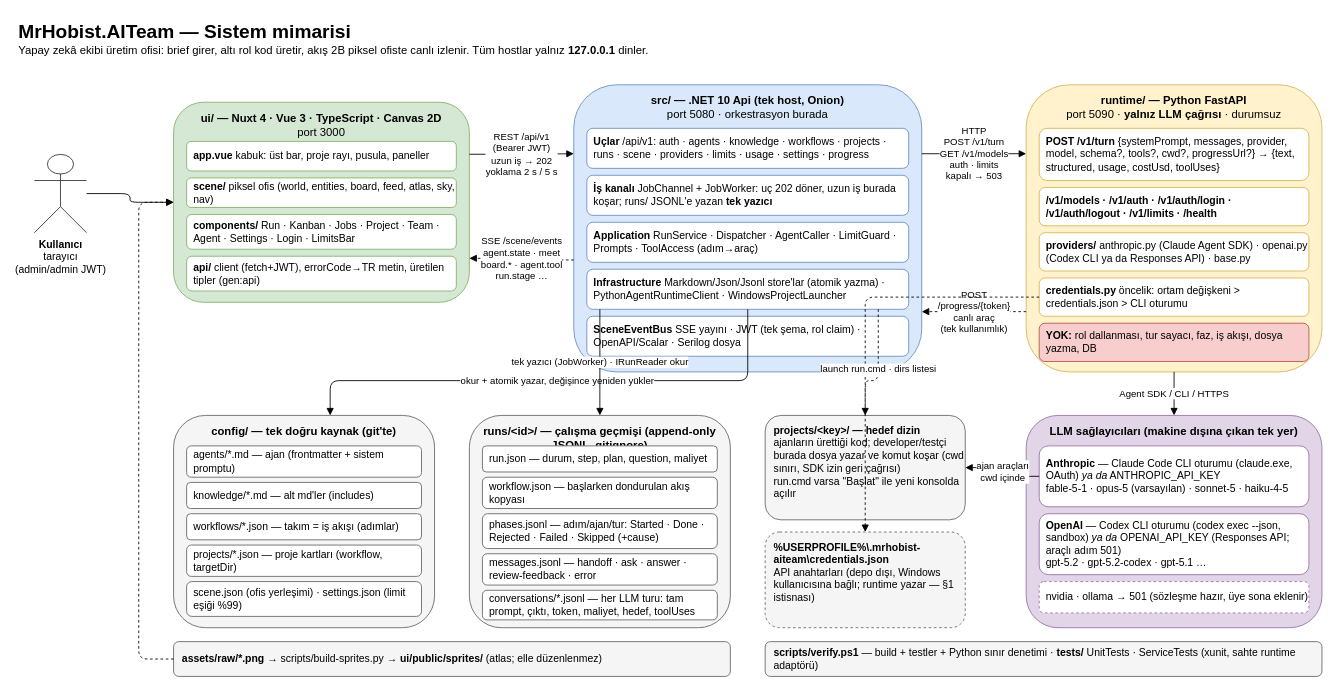
mrhobist/mrhobist-agenticoffice keeps this draw.io diagram as page "1 · Sistem mimarisi" (1 of 8) of docs/architecture.drawio. Above is the earlier version. Source tidied: cells renumbered, new cells numbered last; positions are measured from the earlier drawing's top-left corner, leaving out a move shared by most shapes. Both pictures are drawn from the tidied source at 87%, with x=0, y=0 at pixel (17, 15).
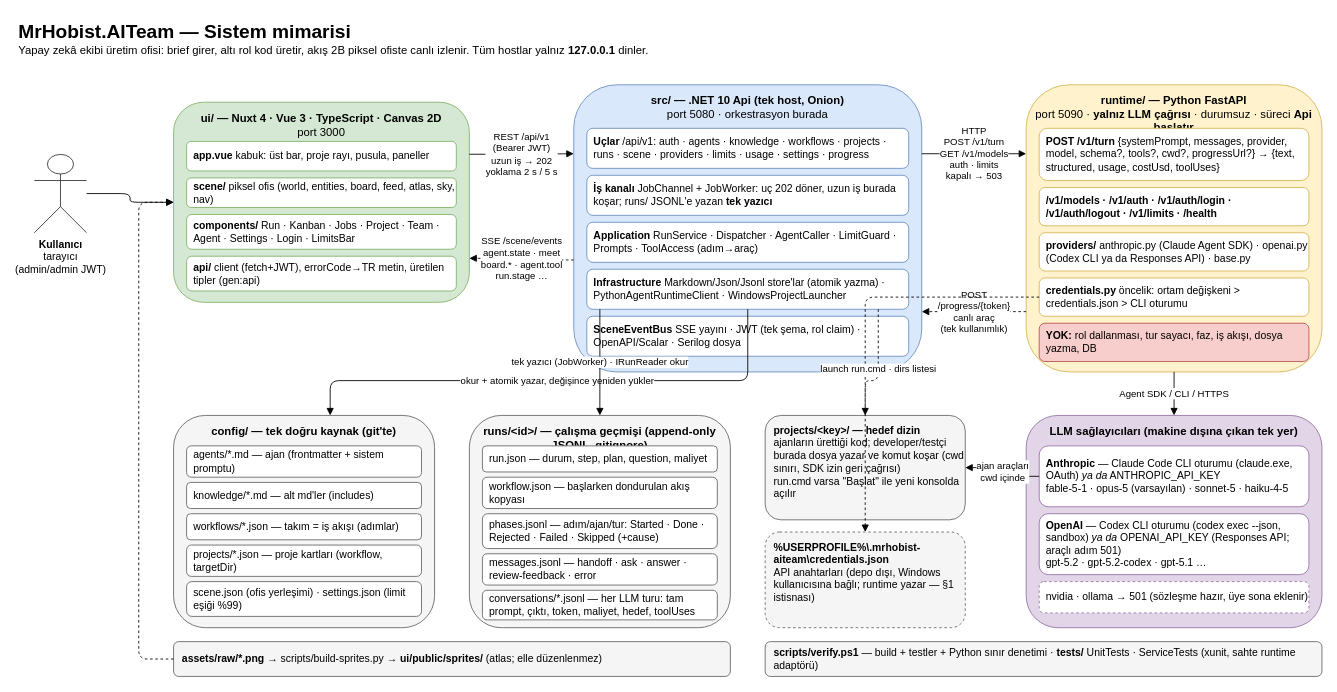
The same diagram, later.

Commit message (it also covers changes not shown here):
Runtime'i Api baslatiyor: iki terminal yerine bir terminal

Change to the diagram source:
```diff
@@
-    <mxCell id="15" value="&lt;b&gt;runtime/ — Python FastAPI&lt;/b&gt;&lt;br&gt;port 5090 · &lt;b&gt;yalnız LLM çağrısı&lt;/b&gt; · durumsuz" style="rounded=1;whiteSpace=wrap;html=1;fillColor=#fff2cc;strokeColor=#d6b656;verticalAlign=top;fontSize=13;spacingTop=4;" parent="1" vertex="1">
+    <mxCell id="15" value="&lt;b&gt;runtime/ — Python FastAPI&lt;/b&gt;&lt;br&gt;port 5090 · &lt;b&gt;yalnız LLM çağrısı&lt;/b&gt; · durumsuz · süreci &lt;b&gt;Api başlatır&lt;/b&gt;" style="rounded=1;whiteSpace=wrap;html=1;fillColor=#fff2cc;strokeColor=#d6b656;verticalAlign=top;fontSize=13;spacingTop=4;" parent="1" vertex="1">
       <mxGeometry x="1160" y="80" width="340" height="330" as="geometry" />
     </mxCell>
```
